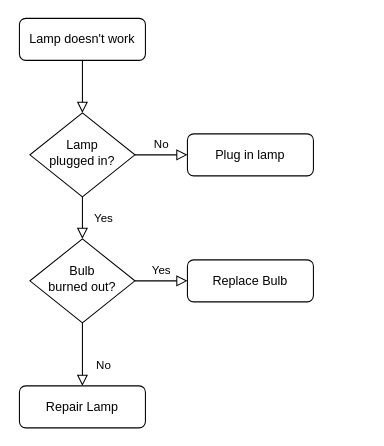
Earlier version of the draw.io diagram frontend/vue-cli-2.drawio (Rockergmail/draw.io). Source tidied: cells renumbered, new cells numbered last; positions are measured from the earlier drawing's top-left corner, leaving out a move shared by most shapes. Both pictures are drawn from the tidied source at 105%, with x=0, y=0 at pixel (19, 18).
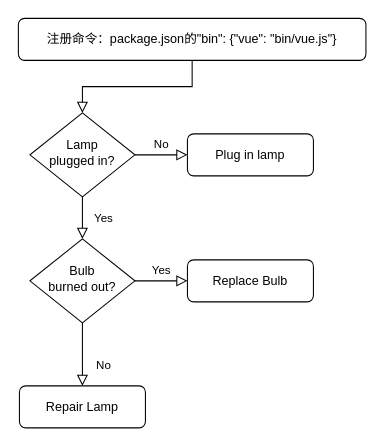
The same diagram, later.

Change to the diagram source:
```diff
@@
 <mxGraphModel>
   <root>
     <mxCell id="0" />
     <mxCell id="1" parent="0" />
     <mxCell id="2" style="rounded=0;html=1;jettySize=auto;fontSize=11;endArrow=block;endFill=0;endSize=8;strokeWidth=1;shadow=0;labelBackgroundColor=none;edgeStyle=orthogonalEdgeStyle;" parent="1" edge="1" source="3" target="6">
       <mxGeometry relative="1" as="geometry" />
     </mxCell>
-    <mxCell id="3" value="Lamp doesn't work" style="rounded=1;whiteSpace=wrap;html=1;fontSize=12;glass=0;strokeWidth=1;shadow=0;" parent="1" vertex="1">
-      <mxGeometry width="120" height="40" as="geometry" />
+    <mxCell id="3" value="注册命令：package.json的&lt;span style=&quot;background-color: initial;&quot;&gt;&quot;bin&quot;: {&lt;/span&gt;&lt;span style=&quot;background-color: initial;&quot;&gt;&quot;vue&quot;: &quot;bin/vue.js&quot;&lt;/span&gt;&lt;span style=&quot;background-color: initial;&quot;&gt;}&lt;/span&gt;&lt;span style=&quot;background-color: initial;&quot;&gt;&lt;br&gt;&lt;/span&gt;" style="rounded=1;whiteSpace=wrap;html=1;fontSize=12;glass=0;strokeWidth=1;shadow=0;" parent="1" vertex="1">
+      <mxGeometry x="-1" width="331" height="40" as="geometry" />
     </mxCell>
     <mxCell id="4" value="Yes" style="rounded=0;html=1;jettySize=auto;fontSize=11;endArrow=block;endFill=0;endSize=8;strokeWidth=1;shadow=0;labelBackgroundColor=none;edgeStyle=orthogonalEdgeStyle;" parent="1" edge="1" source="6" target="10">
       <mxGeometry y="20" relative="1" as="geometry" />
     </mxCell>
     <mxCell id="5" value="No" style="edgeStyle=orthogonalEdgeStyle;rounded=0;html=1;jettySize=auto;fontSize=11;endArrow=block;endFill=0;endSize=8;strokeWidth=1;shadow=0;labelBackgroundColor=none;" parent="1" edge="1" source="6" target="7">
       <mxGeometry y="10" relative="1" as="geometry" />
     </mxCell>
     <mxCell id="6" value="Lamp&lt;br&gt;plugged in?" style="rhombus;whiteSpace=wrap;html=1;shadow=0;fontFamily=Helvetica;fontSize=12;align=center;strokeWidth=1;spacing=6;spacingTop=-4;" parent="1" vertex="1">
       <mxGeometry x="10" y="90" width="100" height="80" as="geometry" />
     </mxCell>
     <mxCell id="7" value="Plug in lamp" style="rounded=1;whiteSpace=wrap;html=1;fontSize=12;glass=0;strokeWidth=1;shadow=0;" parent="1" vertex="1">
       <mxGeometry x="160" y="110" width="120" height="40" as="geometry" />
     </mxCell>
     <mxCell id="8" value="No" style="rounded=0;html=1;jettySize=auto;fontSize=11;endArrow=block;endFill=0;endSize=8;strokeWidth=1;shadow=0;labelBackgroundColor=none;edgeStyle=orthogonalEdgeStyle;" parent="1" edge="1" source="10" target="11">
       <mxGeometry x="0.33" y="20" relative="1" as="geometry" />
     </mxCell>
     <mxCell id="9" value="Yes" style="edgeStyle=orthogonalEdgeStyle;rounded=0;html=1;jettySize=auto;fontSize=11;endArrow=block;endFill=0;endSize=8;strokeWidth=1;shadow=0;labelBackgroundColor=none;" parent="1" edge="1" source="10" target="12">
       <mxGeometry y="10" relative="1" as="geometry" />
     </mxCell>
     <mxCell id="10" value="Bulb&lt;br&gt;burned out?" style="rhombus;whiteSpace=wrap;html=1;shadow=0;fontFamily=Helvetica;fontSize=12;align=center;strokeWidth=1;spacing=6;spacingTop=-4;" parent="1" vertex="1">
       <mxGeometry x="10" y="210" width="100" height="80" as="geometry" />
     </mxCell>
     <mxCell id="11" value="Repair Lamp" style="rounded=1;whiteSpace=wrap;html=1;fontSize=12;glass=0;strokeWidth=1;shadow=0;" parent="1" vertex="1">
       <mxGeometry y="350" width="120" height="40" as="geometry" />
     </mxCell>
     <mxCell id="12" value="Replace Bulb" style="rounded=1;whiteSpace=wrap;html=1;fontSize=12;glass=0;strokeWidth=1;shadow=0;" parent="1" vertex="1">
       <mxGeometry x="160" y="230" width="120" height="40" as="geometry" />
     </mxCell>
   </root>
 </mxGraphModel>
```
